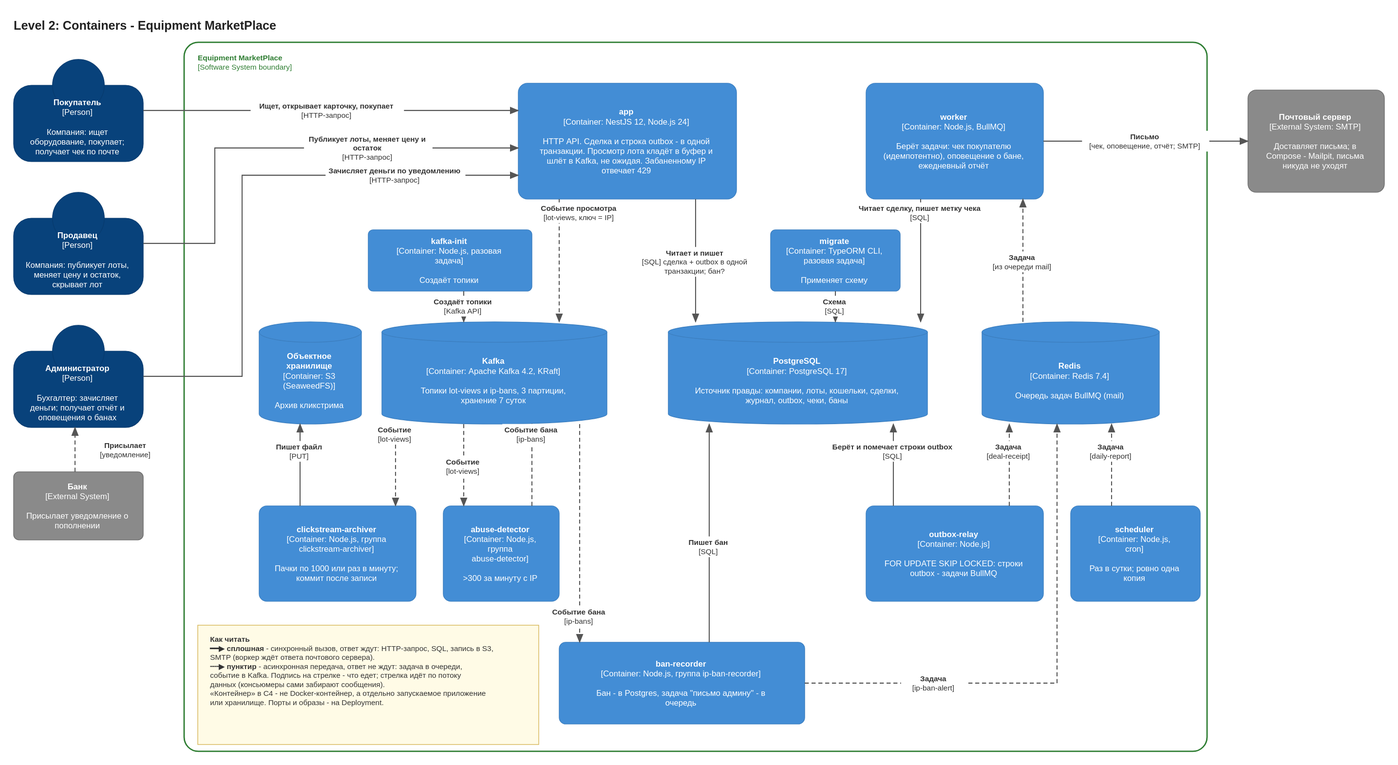
Above: docs/architecture/L2 - Containers.drawio.svg in Elaman19/system-design (draw.io), before the change. Source tidied: cells renumbered, new cells last; positions are measured from the earlier drawing's top-left corner, leaving out a move shared by most shapes.
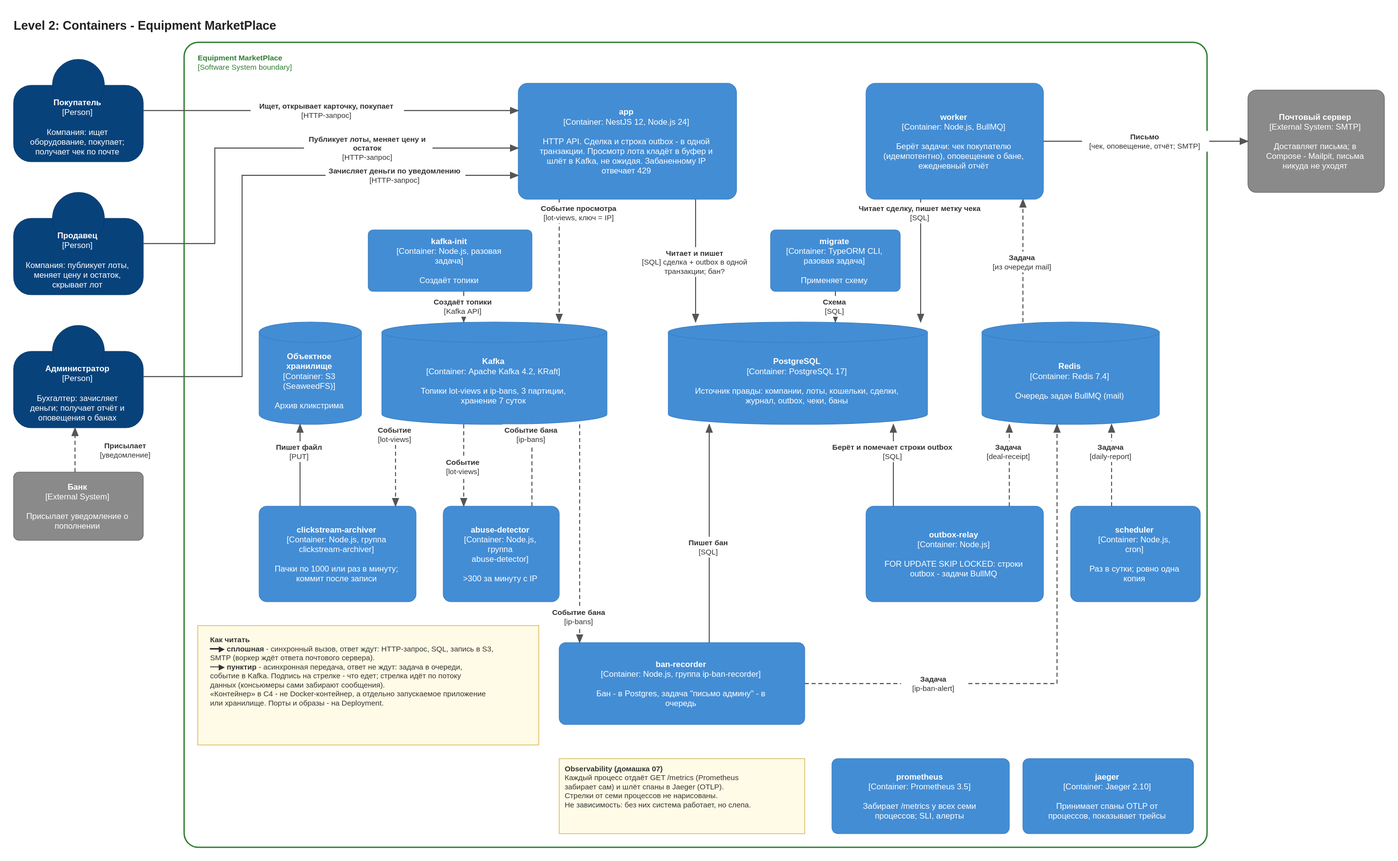
After the change.

What changed in the source:
```diff
@@ -6,7 +6,7 @@
       <mxGeometry width="1500" height="30" as="geometry" />
     </mxCell>
     <mxCell id="3" value="&lt;b&gt;Equipment MarketPlace&lt;/b&gt;&lt;br&gt;[Software System boundary]" style="fontFamily=Helvetica;html=1;whiteSpace=wrap;fontSize=12;rounded=1;arcSize=2;fillColor=none;strokeWidth=2;strokeColor=#2e7d32;fontColor=#2e7d32;fontSize=11;align=left;verticalAlign=top;spacing=10;" parent="1" vertex="1">
-      <mxGeometry x="250" y="42" width="1500" height="1040" as="geometry" />
+      <mxGeometry x="250" y="42" width="1500" height="1180" as="geometry" />
     </mxCell>
     <mxCell id="4" value="&lt;b&gt;Покупатель&lt;/b&gt;&lt;br&gt;[Person]&lt;br&gt;&lt;br&gt;Компания: ищет оборудование, покупает; получает чек по почте" style="fontFamily=Helvetica;html=1;whiteSpace=wrap;fontSize=12;shape=mxgraph.c4.person2;fillColor=#08427b;strokeColor=#073b6f;fontColor=#ffffff;align=center;verticalAlign=middle;" parent="1" vertex="1">
       <mxGeometry y="67" width="190" height="150" as="geometry" />
@@ -142,5 +142,14 @@
     <mxCell id="43" value="&lt;b&gt;Письмо&lt;/b&gt;&lt;br&gt;[чек, оповещение, отчёт; SMTP]" style="fontFamily=Helvetica;html=1;whiteSpace=wrap;fontSize=11;edgeStyle=orthogonalEdgeStyle;rounded=0;endArrow=blockThin;endFill=1;strokeColor=#555555;strokeWidth=1.5;fontColor=#333333;labelBackgroundColor=#ffffff;exitX=1.0;exitY=0.5;entryX=0.0;entryY=0.5;" parent="1" edge="1" source="14" target="8">
       <mxGeometry relative="1" as="geometry" />
     </mxCell>
+    <mxCell id="44" value="&lt;b&gt;prometheus&lt;/b&gt;&lt;br&gt;[Container: Prometheus 3.5]&lt;br&gt;&lt;br&gt;Забирает /metrics у всех семи процессов; SLI, алерты" style="fontFamily=Helvetica;html=1;whiteSpace=wrap;fontSize=12;rounded=1;arcSize=8;fillColor=#438dd5;strokeColor=#3c7fc0;fontColor=#ffffff;" parent="1" vertex="1">
+      <mxGeometry x="1200" y="1092" width="260" height="110" as="geometry" />
+    </mxCell>
+    <mxCell id="45" value="&lt;b&gt;jaeger&lt;/b&gt;&lt;br&gt;[Container: Jaeger 2.10]&lt;br&gt;&lt;br&gt;Принимает спаны OTLP от процессов, показывает трейсы" style="fontFamily=Helvetica;html=1;whiteSpace=wrap;fontSize=12;rounded=1;arcSize=8;fillColor=#438dd5;strokeColor=#3c7fc0;fontColor=#ffffff;" parent="1" vertex="1">
+      <mxGeometry x="1480" y="1092" width="250" height="110" as="geometry" />
+    </mxCell>
+    <mxCell id="46" value="&lt;b&gt;Observability (домашка 07)&lt;/b&gt;&lt;br&gt;Каждый процесс отдаёт GET /metrics (Prometheus забирает сам) и шлёт спаны в Jaeger (OTLP). Стрелки от семи процессов не нарисованы. Не зависимость: без них система работает, но слепа." style="fontFamily=Helvetica;html=1;whiteSpace=wrap;fontSize=12;rounded=0;fillColor=#fffbe6;strokeColor=#d6b656;fontColor=#333333;align=left;verticalAlign=top;spacing=8;fontSize=11;" parent="1" vertex="1">
+      <mxGeometry x="800" y="1092" width="360" height="110" as="geometry" />
+    </mxCell>
   </root>
 </mxGraphModel>
```
